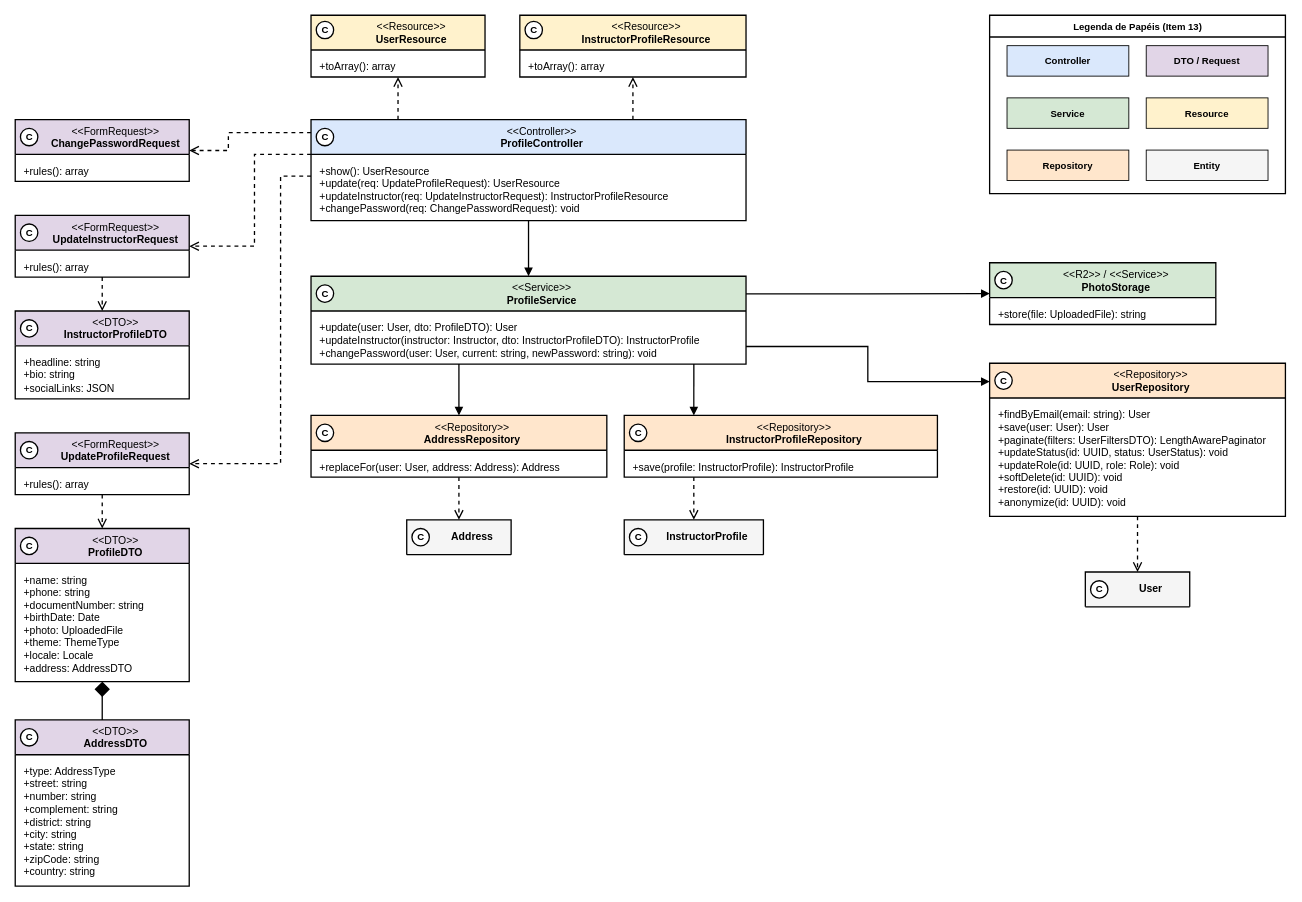
Above: especificacao/diagramas/13-classes-area-a-implementacao-perfil.drawio in Plataforma-de-Cursos-TCC/plataforma-cursos-docs (draw.io), before the change. Source tidied: cells renumbered, new cells numbered last; positions are measured from the earlier drawing's top-left corner, leaving out a move shared by most shapes. Both pictures are drawn from the tidied source at 87%, with x=0, y=0 at pixel (15, 15).
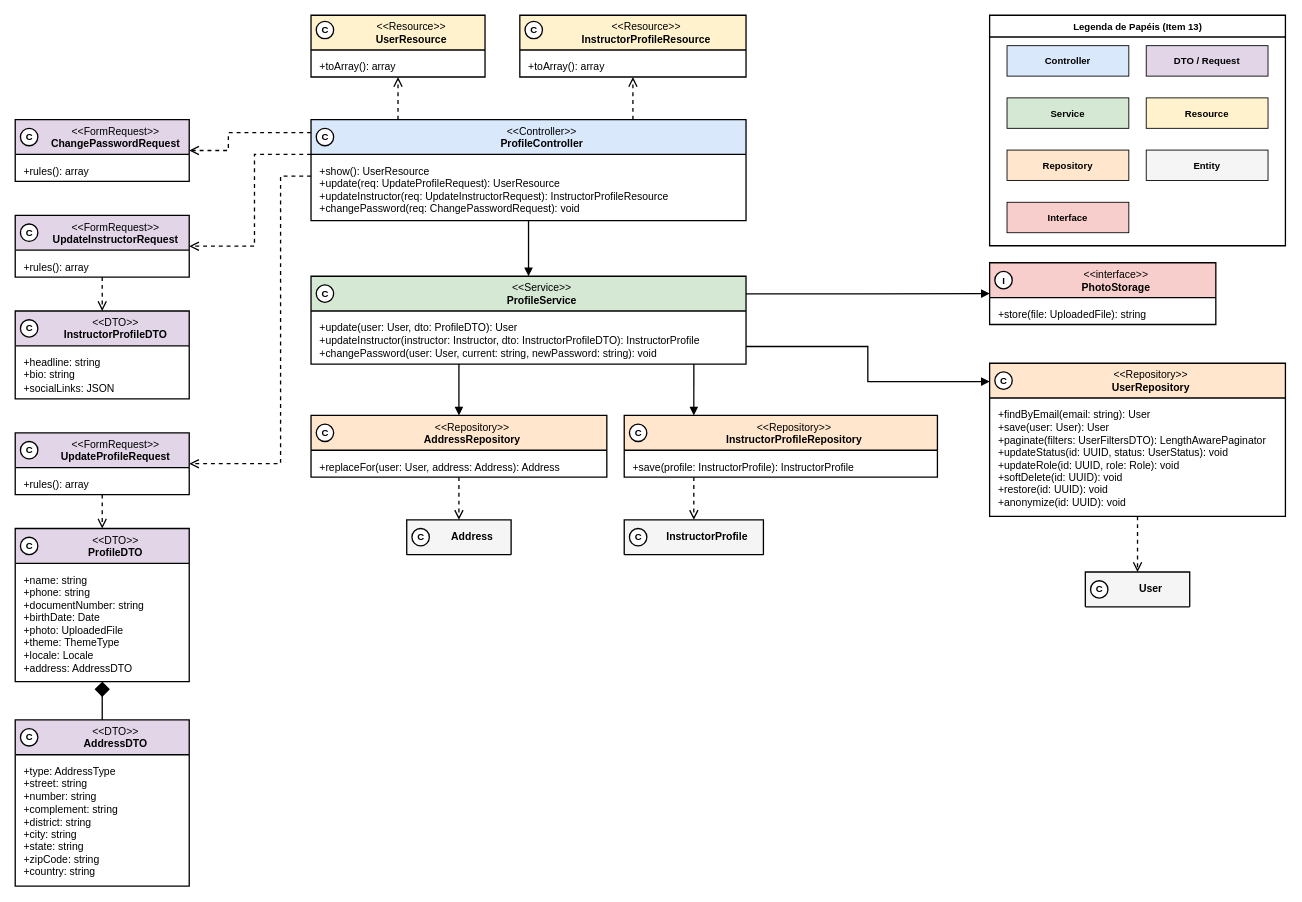
The same diagram, later.

Commit message (it also covers changes not shown here):
docs(diagrama-de-classes): mark infrastructure contracts as interfaces

The edit, as a diff of the source:
```diff
@@
     <mxCell id="8" value="&lt;b&gt;Legenda de Papéis (Item 13)&lt;/b&gt;" style="swimlane;html=1;fontStyle=0;align=center;verticalAlign=top;startSize=25;fillColor=#FFFFFF;swimlaneFillColor=#FFFFFF;strokeColor=#000000;strokeWidth=1.5;fontFamily=Helvetica;fontSize=11;fontColor=#000000;rounded=0;" parent="1" vertex="1">
-      <mxGeometry x="1120" width="340" height="205" as="geometry" />
+      <mxGeometry x="1120" width="340" height="265" as="geometry" />
     </mxCell>
@@
-    <mxCell id="39" value="&amp;lt;&amp;lt;R2&amp;gt;&amp;gt; / &amp;lt;&amp;lt;Service&amp;gt;&amp;gt;&lt;br&gt;&lt;b&gt;PhotoStorage&lt;/b&gt;" style="swimlane;html=1;fontStyle=0;align=center;verticalAlign=top;startSize=40;fillColor=#D5E8D4;swimlaneFillColor=#FFFFFF;strokeColor=#000000;strokeWidth=1.5;fontFamily=Helvetica;fontSize=12;fontColor=#000000;rounded=0;spacingLeft=30;" parent="1" vertex="1">
+    <mxCell id="39" value="&amp;lt;&amp;lt;interface&amp;gt;&amp;gt;&lt;br&gt;&lt;b&gt;PhotoStorage&lt;/b&gt;" style="swimlane;html=1;fontStyle=0;align=center;verticalAlign=top;startSize=40;fillColor=#F8CECC;swimlaneFillColor=#FFFFFF;strokeColor=#000000;strokeWidth=1.5;fontFamily=Helvetica;fontSize=12;fontColor=#000000;rounded=0;spacingLeft=30;" parent="1" vertex="1">
       <mxGeometry x="1120" y="284.5" width="260" height="71" as="geometry" />
     </mxCell>
-    <mxCell id="40" value="C" style="ellipse;html=1;fillColor=#FFFFFF;strokeColor=#000000;strokeWidth=1.5;fontFamily=Helvetica;fontSize=11;fontStyle=1;fontColor=#000000;" parent="1" vertex="1">
+    <mxCell id="40" value="I" style="ellipse;html=1;fillColor=#FFFFFF;strokeColor=#000000;strokeWidth=1.5;fontFamily=Helvetica;fontSize=11;fontStyle=1;fontColor=#000000;" parent="1" vertex="1">
       <mxGeometry x="1126" y="294.5" width="20" height="20" as="geometry" />
     </mxCell>
@@
+    <mxCell id="73" value="&lt;b&gt;Interface&lt;/b&gt;" style="rounded=0;whiteSpace=wrap;html=1;fillColor=#F8CECC;strokeColor=#000000;strokeWidth=1;fontSize=11;fontFamily=Helvetica;fontColor=#000000;align=center;verticalAlign=middle;" parent="8" vertex="1">
+      <mxGeometry x="20" y="215" width="140" height="35" as="geometry" />
+    </mxCell>
```
